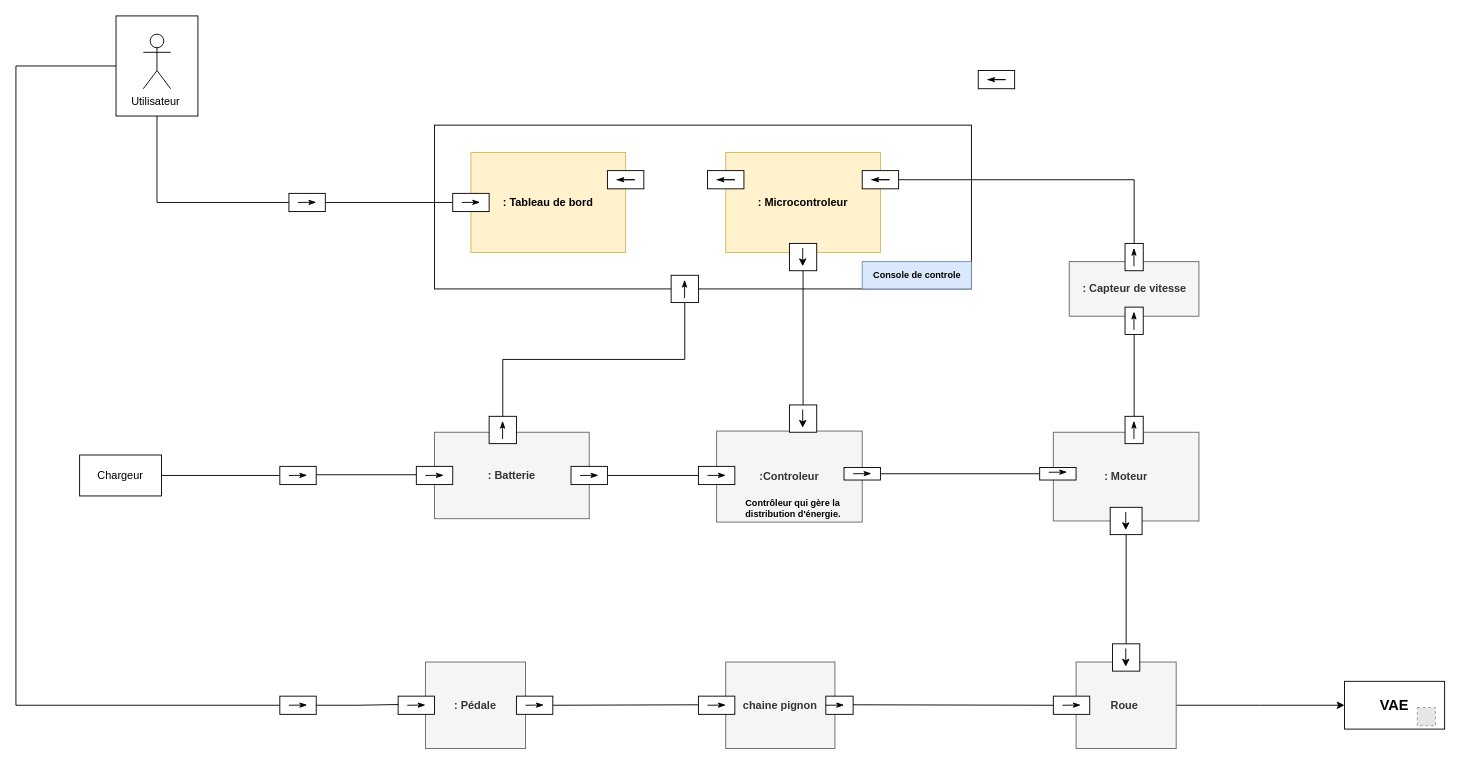
Earlier version of the draw.io diagram diagramme de bloc interne.drawio (zakaria-bak/VAE-Velo-Assistance-Electrique--SysML-diagrams). Source tidied: cells renumbered, new cells numbered last; positions are measured from the earlier drawing's top-left corner, leaving out a move shared by most shapes. Both pictures are drawn from the tidied source at 91%, with x=0, y=0 at pixel (15, 15). Pictures stored in the file or linked from it are replaced by grey dashed boxes.
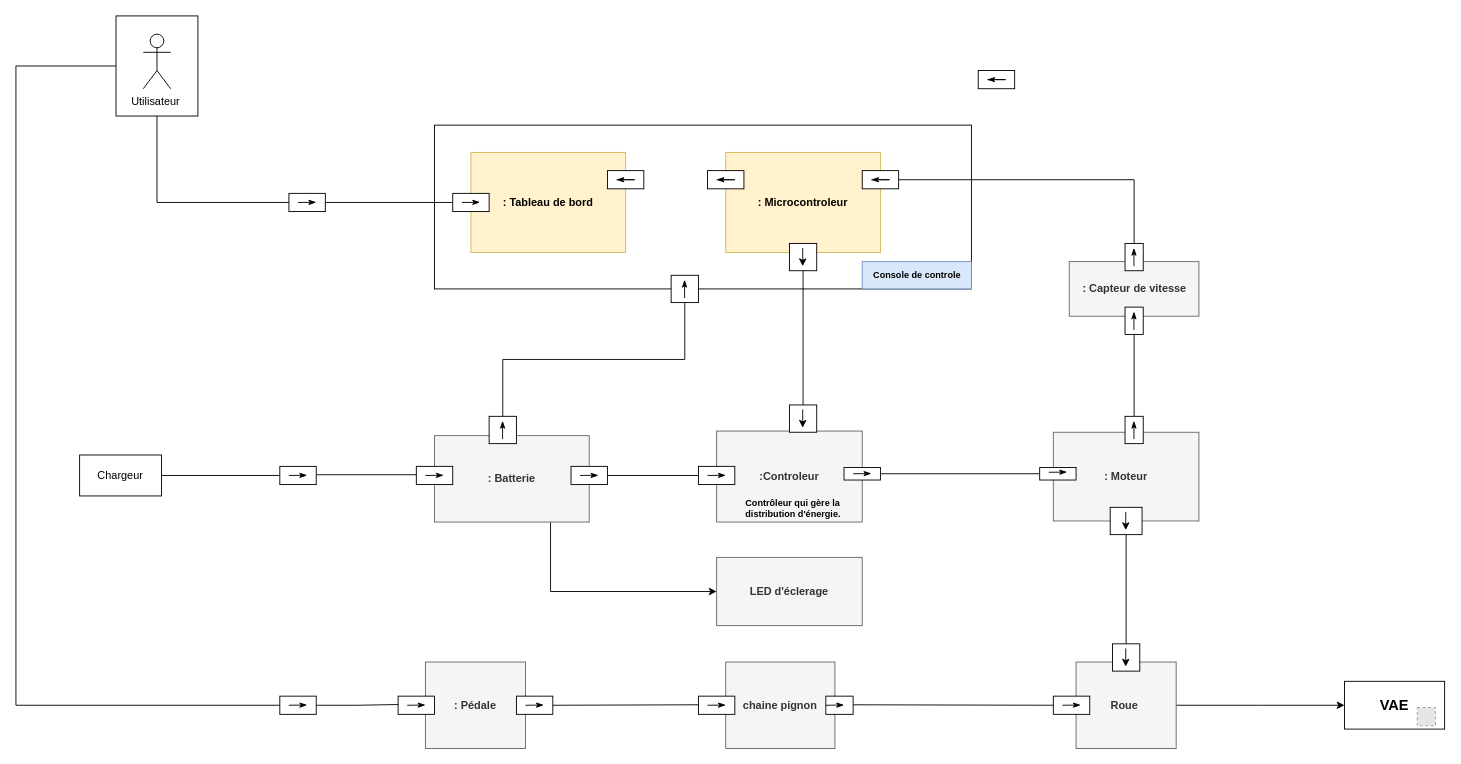
After the change.

What changed in the source:
```diff
@@
+    <mxCell id="90" style="edgeStyle=orthogonalEdgeStyle;rounded=0;jettySize=auto;html=1;exitX=0.75;exitY=1;exitDx=0;exitDy=0;entryX=0;entryY=0.5;entryDx=0;entryDy=0;" parent="1" edge="1" source="7" target="91">
+      <mxGeometry relative="1" as="geometry" />
+    </mxCell>
     <mxCell id="7" value="&lt;b&gt;: Batterie&lt;/b&gt;" style="rounded=0;whiteSpace=wrap;html=1;rotation=0;fillColor=#f5f5f5;fontColor=#333333;strokeColor=#666666;" parent="1" vertex="1">
-      <mxGeometry x="460" y="457.5" width="170" height="95" as="geometry" />
+      <mxGeometry x="460" y="461.2" width="170" height="95" as="geometry" />
     </mxCell>
@@
+    <mxCell id="91" value="&lt;b&gt;LED d'éclerage&lt;/b&gt;" style="rounded=0;whiteSpace=wrap;html=1;rotation=0;fillColor=#f5f5f5;fontColor=#333333;strokeColor=#666666;" parent="1" vertex="1">
+      <mxGeometry x="770" y="595" width="160" height="75" as="geometry" />
+    </mxCell>
```
